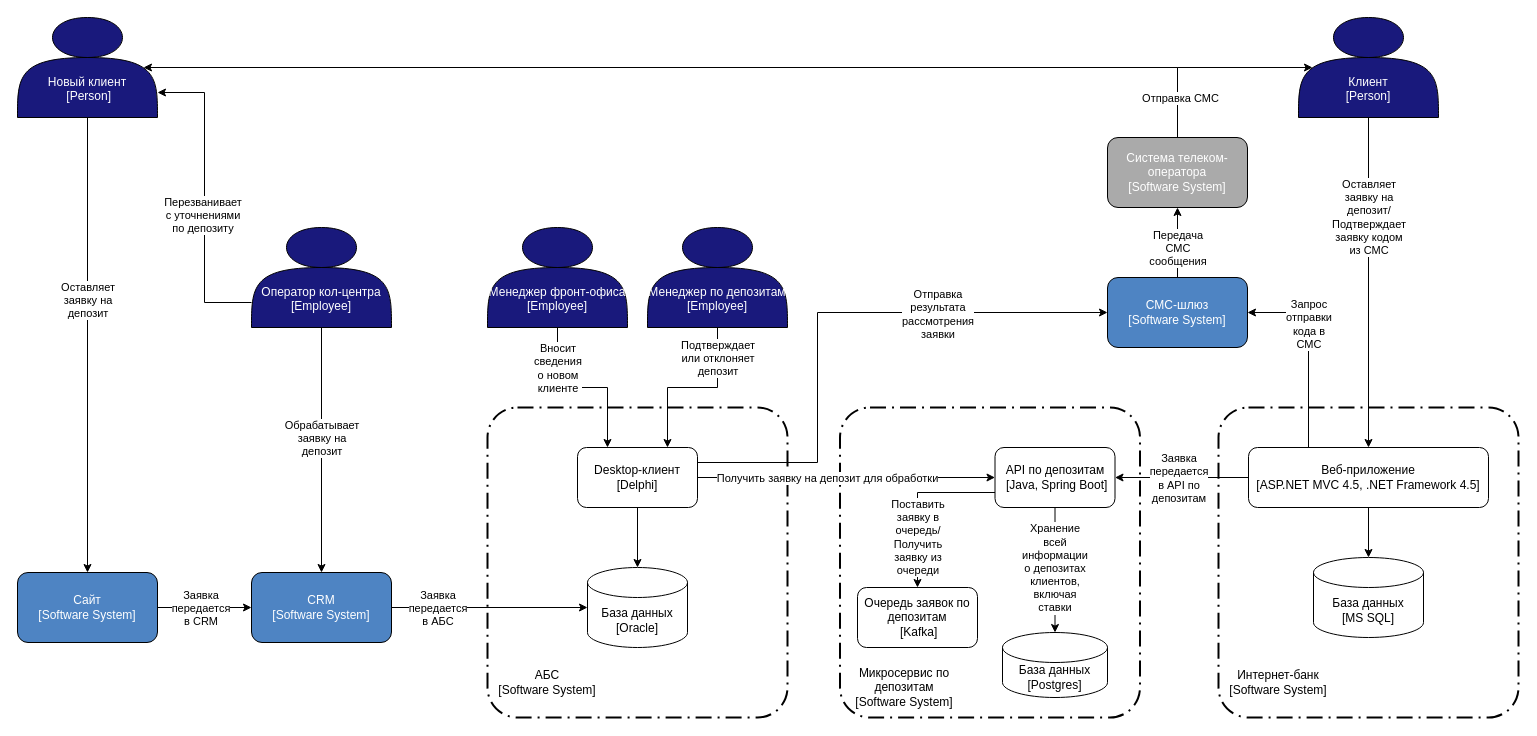
Earlier version of the draw.io diagram Task3/C4Container.drawio (kelwar/architecture-standart). Source tidied: cells renumbered, new cells numbered last; positions are measured from the earlier drawing's top-left corner, leaving out a move shared by most shapes. Both pictures are drawn from the tidied source at 100%, with x=0, y=0 at pixel (17, 17).
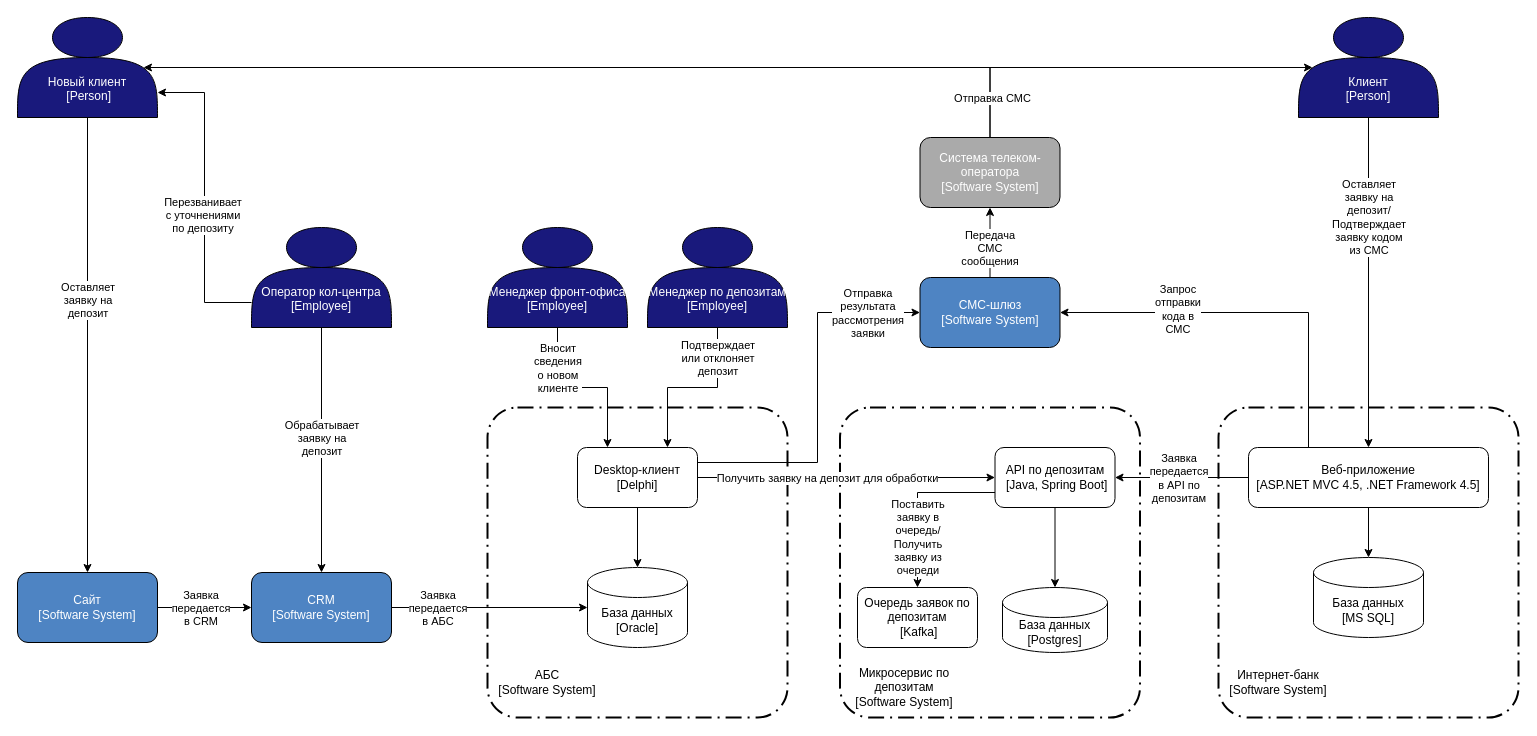
Above is the later version.

Unchanged cells that the change refers to:
```xml
<mxCell id="6" value="&lt;div&gt;&lt;br&gt;&lt;/div&gt;&lt;div&gt;&lt;br&gt;&lt;/div&gt;&lt;div&gt;&amp;nbsp;&lt;/div&gt;&lt;div&gt;Новый клиент&lt;br&gt;&amp;nbsp;[Person]&lt;/div&gt;" style="shape=actor;whiteSpace=wrap;html=1;fillColor=#19197C;fontColor=#FFFFFF;" parent="1" vertex="1">
  <mxGeometry width="140" height="100" as="geometry" />
</mxCell>
<mxCell id="9" value="&lt;div&gt;&lt;br&gt;&lt;/div&gt;&lt;div&gt;&lt;br&gt;&lt;/div&gt;&lt;div&gt;&lt;br&gt;&lt;/div&gt;&lt;div&gt;Клиент&lt;br&gt;[Person]&lt;/div&gt;" style="shape=actor;whiteSpace=wrap;html=1;fillColor=#19197C;fontColor=#FFFFFF;" parent="1" vertex="1">
  <mxGeometry x="1281" width="140" height="100" as="geometry" />
</mxCell>
<mxCell id="26" style="edgeStyle=orthogonalEdgeStyle;rounded=0;jettySize=auto;html=1;exitX=0.25;exitY=0;exitDx=0;exitDy=0;entryX=1;entryY=0.5;entryDx=0;entryDy=0;" parent="1" edge="1" source="42" target="45">
  <mxGeometry relative="1" as="geometry">
    <Array as="points">
      <mxPoint x="1291" y="295" />
    </Array>
  </mxGeometry>
</mxCell>
<mxCell id="28" style="edgeStyle=orthogonalEdgeStyle;rounded=0;jettySize=auto;html=1;entryX=0;entryY=0.5;entryDx=0;entryDy=0;exitX=1;exitY=0.25;exitDx=0;exitDy=0;" parent="1" edge="1" source="56" target="45">
  <mxGeometry relative="1" as="geometry">
    <Array as="points">
      <mxPoint x="800" y="445" />
      <mxPoint x="800" y="295" />
    </Array>
  </mxGeometry>
</mxCell>
<mxCell id="53" style="edgeStyle=orthogonalEdgeStyle;rounded=0;jettySize=auto;html=1;exitX=0.5;exitY=1;exitDx=0;exitDy=0;entryX=0.5;entryY=0;entryDx=0;entryDy=0;entryPerimeter=0;" parent="1" edge="1" source="50" target="51">
  <mxGeometry relative="1" as="geometry" />
</mxCell>
```

What changed in the source:
```diff
@@
     <mxCell id="27" value="Запрос отправки кода в СМС" style="edgeLabel;html=1;align=center;verticalAlign=middle;whiteSpace=wrap;" parent="26" vertex="1">
       <mxGeometry x="-0.68" relative="1" as="geometry">
-        <mxPoint y="-93" as="offset" />
+        <mxPoint x="-131" y="-78" as="offset" />
       </mxGeometry>
     </mxCell>
@@
     <mxCell id="29" value="Отправка результата рассмотрения заявки" style="edgeLabel;html=1;align=center;verticalAlign=middle;whiteSpace=wrap;" parent="28" vertex="1">
       <mxGeometry x="-0.17" y="3" relative="1" as="geometry">
-        <mxPoint x="123" y="-37" as="offset" />
+        <mxPoint x="53" y="-115" as="offset" />
       </mxGeometry>
     </mxCell>
@@
     <mxCell id="35" style="edgeStyle=orthogonalEdgeStyle;rounded=0;jettySize=auto;html=1;entryX=0.1;entryY=0.5;entryDx=0;entryDy=0;exitX=0.5;exitY=0;exitDx=0;exitDy=0;entryPerimeter=0;" parent="1" edge="1" source="38" target="9">
       <mxGeometry relative="1" as="geometry">
         <Array as="points">
-          <mxPoint x="1160" y="50" />
+          <mxPoint x="973" y="50" />
         </Array>
       </mxGeometry>
     </mxCell>
     <mxCell id="36" style="edgeStyle=orthogonalEdgeStyle;rounded=0;jettySize=auto;html=1;exitX=0.5;exitY=0;exitDx=0;exitDy=0;entryX=0.9;entryY=0.5;entryDx=0;entryDy=0;entryPerimeter=0;" parent="1" edge="1" source="38" target="6">
       <mxGeometry relative="1" as="geometry">
         <Array as="points">
-          <mxPoint x="1160" y="50" />
+          <mxPoint x="973" y="50" />
         </Array>
       </mxGeometry>
     </mxCell>
     <mxCell id="37" value="Отправка СМС" style="edgeLabel;html=1;align=center;verticalAlign=middle;" parent="36" vertex="1">
       <mxGeometry x="-0.64" y="-1" relative="1" as="geometry">
-        <mxPoint x="131" y="31" as="offset" />
+        <mxPoint x="97" y="31" as="offset" />
       </mxGeometry>
     </mxCell>
     <mxCell id="38" value="Система телеком-оператора&lt;div&gt;[Software System]&lt;/div&gt;" style="rounded=1;whiteSpace=wrap;html=1;fillColor=#AAAAAA;fontColor=#FFFFFF;" parent="1" vertex="1">
-      <mxGeometry x="1090" y="120" width="140" height="70" as="geometry" />
+      <mxGeometry x="902.5" y="120" width="140" height="70" as="geometry" />
     </mxCell>
@@
     <mxCell id="45" value="СМС-шлюз&lt;div&gt;[Software System]&lt;/div&gt;" style="rounded=1;whiteSpace=wrap;html=1;fillColor=#4E84C3;fontColor=#FFFFFF;" parent="1" vertex="1">
-      <mxGeometry x="1090" y="260" width="140" height="70" as="geometry" />
+      <mxGeometry x="902.5" y="260" width="140" height="70" as="geometry" />
     </mxCell>
@@
     <mxCell id="51" value="База данных&lt;br&gt;[Postgres]" style="shape=cylinder3;whiteSpace=wrap;html=1;boundedLbl=1;backgroundOutline=1;size=15;" parent="1" vertex="1">
-      <mxGeometry x="985" y="615" width="105" height="65" as="geometry" />
+      <mxGeometry x="985" y="570" width="105" height="65" as="geometry" />
     </mxCell>
@@
-    <mxCell id="54" value="Хранение всей информации о депозитах клиентов, включая ставки" style="edgeLabel;html=1;align=center;verticalAlign=middle;whiteSpace=wrap;" parent="53" vertex="1">
-      <mxGeometry x="-0.41" y="1" relative="1" as="geometry">
-        <mxPoint x="-1" y="23" as="offset" />
-      </mxGeometry>
-    </mxCell>
```
